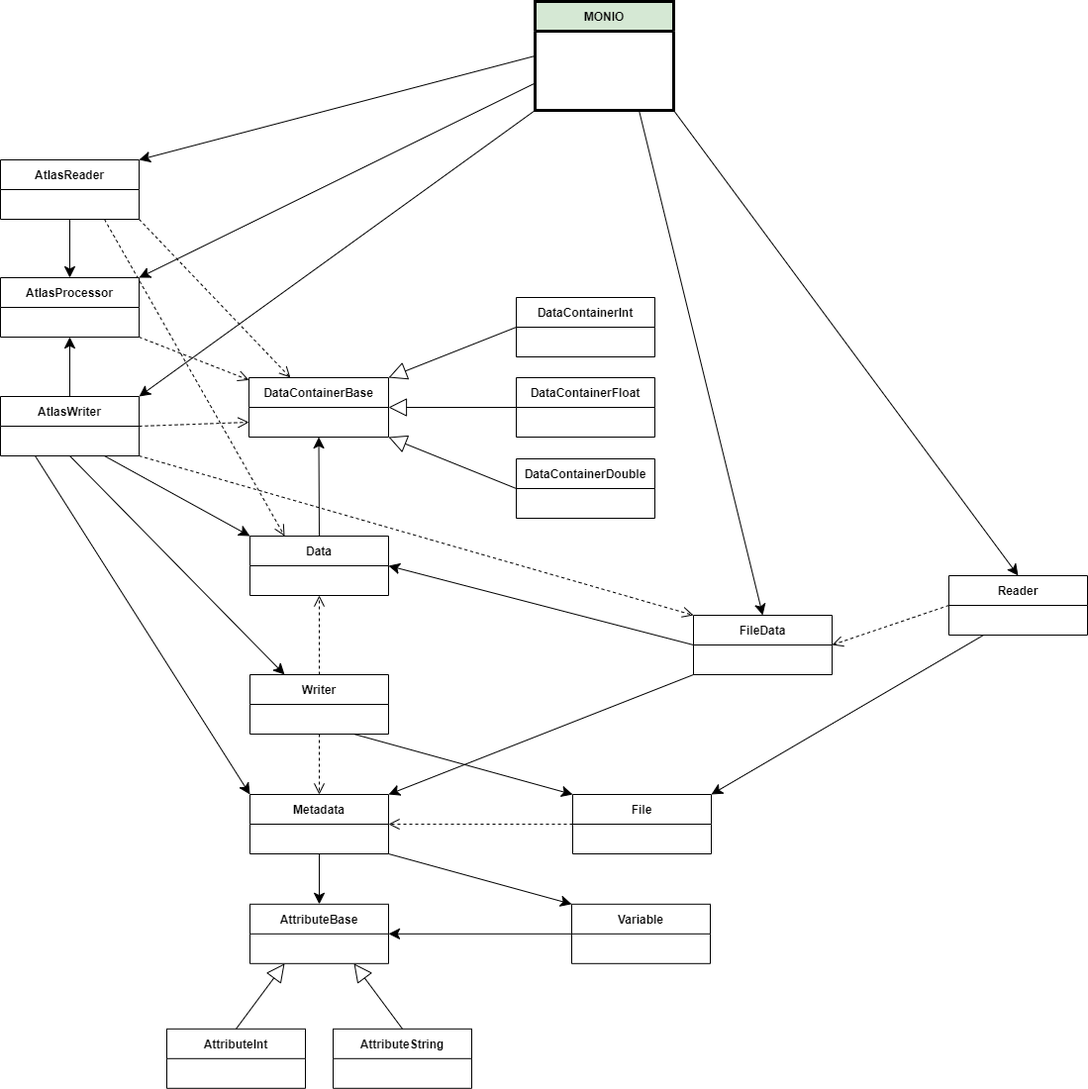
MetOffice/monio keeps this draw.io diagram as Class_Diagram.png. Above is the earlier version. Source tidied: cells renumbered, new cells last; positions are measured from the earlier drawing's top-left corner, leaving out a move shared by most shapes.
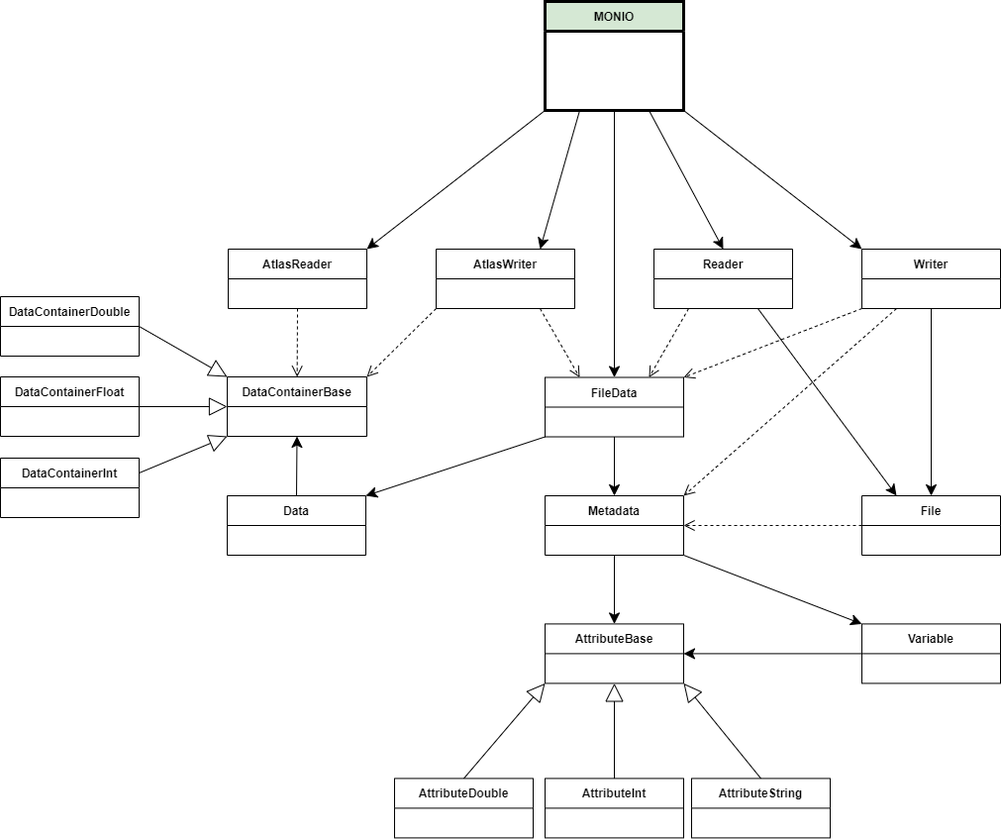
The same diagram one commit later.

Commit message:
Updated class diagram.

Diff of the diagram source:
```diff
@@ -3,42 +3,42 @@
     <mxCell id="0" />
     <mxCell id="1" parent="0" />
     <mxCell id="2" value="Reader" style="swimlane;fontStyle=1;horizontal=1;startSize=30;" parent="1" vertex="1">
-      <mxGeometry x="958" y="580" width="140" height="60" as="geometry" />
+      <mxGeometry x="650" y="250" width="140" height="60" as="geometry" />
     </mxCell>
-    <mxCell id="3" style="edgeStyle=orthogonalEdgeStyle;rounded=0;jettySize=auto;html=1;exitX=0;exitY=0.5;exitDx=0;exitDy=0;entryX=1;entryY=0.5;entryDx=0;entryDy=0;endArrow=open;endFill=0;endSize=9;dashed=1;" parent="1" edge="1" source="4" target="6">
+    <mxCell id="3" style="rounded=0;jettySize=auto;html=1;exitX=0;exitY=0.5;exitDx=0;exitDy=0;entryX=1;entryY=0.5;entryDx=0;entryDy=0;endArrow=open;endFill=0;endSize=9;dashed=1;" parent="1" edge="1" source="4" target="6">
       <mxGeometry relative="1" as="geometry" />
     </mxCell>
     <mxCell id="4" value="File" style="swimlane;fontStyle=1;horizontal=1;startSize=30;" parent="1" vertex="1">
-      <mxGeometry x="578" y="801" width="140" height="60" as="geometry" />
+      <mxGeometry x="860" y="499" width="140" height="60" as="geometry" />
     </mxCell>
-    <mxCell id="5" style="edgeStyle=orthogonalEdgeStyle;rounded=0;jettySize=auto;html=1;exitX=0.5;exitY=1;exitDx=0;exitDy=0;entryX=0.5;entryY=0;entryDx=0;entryDy=0;endArrow=classic;endFill=1;endSize=9;" parent="1" edge="1" source="6" target="9">
+    <mxCell id="5" style="rounded=0;jettySize=auto;html=1;exitX=0.5;exitY=1;exitDx=0;exitDy=0;entryX=0.5;entryY=0;entryDx=0;entryDy=0;endArrow=classic;endFill=1;endSize=9;" parent="1" edge="1" source="6" target="9">
       <mxGeometry relative="1" as="geometry" />
     </mxCell>
     <mxCell id="6" value="Metadata" style="swimlane;fontStyle=1;horizontal=1;startSize=30;" parent="1" vertex="1">
-      <mxGeometry x="252" y="801" width="140" height="60" as="geometry" />
+      <mxGeometry x="540" y="499" width="140" height="60" as="geometry" />
     </mxCell>
     <mxCell id="7" value="Data" style="swimlane;fontStyle=1;horizontal=1;startSize=30;" parent="1" vertex="1">
-      <mxGeometry x="252" y="540" width="140" height="60" as="geometry" />
+      <mxGeometry x="219" y="499" width="140" height="60" as="geometry" />
     </mxCell>
     <mxCell id="8" value="Writer" style="swimlane;fontStyle=1;horizontal=1;startSize=30;" parent="1" vertex="1">
-      <mxGeometry x="252" y="680" width="140" height="60" as="geometry" />
+      <mxGeometry x="860" y="250" width="140" height="60" as="geometry" />
     </mxCell>
     <mxCell id="9" value="AttributeBase" style="swimlane;fontStyle=1;horizontal=1;startSize=30;" parent="1" vertex="1">
-      <mxGeometry x="252" y="911.8" width="140" height="60" as="geometry" />
+      <mxGeometry x="540" y="628.4" width="140" height="60" as="geometry" />
     </mxCell>
     <mxCell id="10" value="Variable" style="swimlane;fontStyle=1;horizontal=1;startSize=30;" parent="1" vertex="1">
-      <mxGeometry x="577" y="911.8" width="140" height="60" as="geometry" />
+      <mxGeometry x="860" y="628.4" width="140" height="60" as="geometry" />
     </mxCell>
     <mxCell id="11" value="AttributeInt" style="swimlane;fontStyle=1;horizontal=1;startSize=30;" parent="1" vertex="1">
-      <mxGeometry x="168" y="1037.8" width="140" height="60" as="geometry" />
+      <mxGeometry x="540" y="784.4" width="140" height="60" as="geometry" />
     </mxCell>
     <mxCell id="12" value="AttributeString" style="swimlane;fontStyle=1;horizontal=1;startSize=30;" parent="1" vertex="1">
-      <mxGeometry x="336" y="1037.8" width="140" height="60" as="geometry" />
+      <mxGeometry x="688" y="784.4" width="140" height="60" as="geometry" />
     </mxCell>
-    <mxCell id="13" style="endArrow=block;endSize=16;endFill=0;html=1;rounded=0;entryX=0.25;entryY=1;entryDx=0;entryDy=0;exitX=0.5;exitY=0;exitDx=0;exitDy=0;" parent="1" edge="1" source="11" target="9">
+    <mxCell id="13" style="endArrow=block;endSize=16;endFill=0;html=1;rounded=0;entryX=0.5;entryY=1;entryDx=0;entryDy=0;exitX=0.5;exitY=0;exitDx=0;exitDy=0;" parent="1" edge="1" source="11" target="9">
       <mxGeometry relative="1" as="geometry" />
     </mxCell>
-    <mxCell id="14" style="endArrow=block;endSize=16;endFill=0;html=1;rounded=0;entryX=0.75;entryY=1;entryDx=0;entryDy=0;exitX=0.5;exitY=0;exitDx=0;exitDy=0;" parent="1" edge="1" source="12" target="9">
+    <mxCell id="14" style="endArrow=block;endSize=16;endFill=0;html=1;rounded=0;entryX=1;entryY=1;entryDx=0;entryDy=0;exitX=0.5;exitY=0;exitDx=0;exitDy=0;" parent="1" edge="1" source="12" target="9">
       <mxGeometry relative="1" as="geometry" />
     </mxCell>
     <mxCell id="15" style="endArrow=classic;endSize=9;html=1;rounded=0;exitX=1;exitY=1;exitDx=0;exitDy=0;entryX=0;entryY=0;entryDx=0;entryDy=0;endFill=1;" parent="1" edge="1" source="6" target="10">
@@ -48,109 +48,91 @@
       <mxGeometry relative="1" as="geometry" />
     </mxCell>
     <mxCell id="17" value="DataContainerBase" style="swimlane;fontStyle=1;horizontal=1;startSize=30;" parent="1" vertex="1">
-      <mxGeometry x="251" y="380" width="141" height="60" as="geometry" />
+      <mxGeometry x="219" y="379" width="141" height="60" as="geometry" />
     </mxCell>
-    <mxCell id="18" value="DataContainerDouble" style="swimlane;fontStyle=1;horizontal=1;startSize=30;" parent="1" vertex="1">
-      <mxGeometry x="521" y="462" width="140" height="60" as="geometry" />
+    <mxCell id="18" value="DataContainerInt" style="swimlane;fontStyle=1;horizontal=1;startSize=30;" parent="1" vertex="1">
+      <mxGeometry x="-10" y="461" width="140" height="60" as="geometry" />
     </mxCell>
-    <mxCell id="19" style="endArrow=block;endSize=16;endFill=0;html=1;rounded=0;entryX=1;entryY=1;entryDx=0;entryDy=0;exitX=0;exitY=0.5;exitDx=0;exitDy=0;" parent="1" edge="1" source="18" target="17">
+    <mxCell id="19" style="endArrow=block;endSize=16;endFill=0;html=1;rounded=0;exitX=1;exitY=0.25;exitDx=0;exitDy=0;entryX=0;entryY=1;entryDx=0;entryDy=0;" parent="1" edge="1" source="18" target="17">
       <mxGeometry relative="1" as="geometry" />
     </mxCell>
-    <mxCell id="20" style="endArrow=block;endSize=16;endFill=0;html=1;rounded=0;exitX=0;exitY=0.5;exitDx=0;exitDy=0;entryX=1;entryY=0.5;entryDx=0;entryDy=0;" parent="1" edge="1" source="21" target="17">
+    <mxCell id="20" style="endArrow=block;endSize=16;endFill=0;html=1;rounded=0;exitX=1;exitY=0.5;exitDx=0;exitDy=0;entryX=0;entryY=0.5;entryDx=0;entryDy=0;" parent="1" edge="1" source="21" target="17">
       <mxGeometry relative="1" as="geometry" />
     </mxCell>
     <mxCell id="21" value="DataContainerFloat" style="swimlane;fontStyle=1;horizontal=1;startSize=30;" parent="1" vertex="1">
-      <mxGeometry x="521" y="380" width="140" height="60" as="geometry" />
+      <mxGeometry x="-10" y="379" width="140" height="60" as="geometry" />
     </mxCell>
-    <mxCell id="22" value="DataContainerInt" style="swimlane;fontStyle=1;horizontal=1;startSize=30;" parent="1" vertex="1">
-      <mxGeometry x="521" y="299" width="140" height="60" as="geometry" />
+    <mxCell id="22" value="DataContainerDouble" style="swimlane;fontStyle=1;horizontal=1;startSize=30;" parent="1" vertex="1">
+      <mxGeometry x="-10" y="298" width="140" height="60" as="geometry" />
     </mxCell>
-    <mxCell id="23" style="endArrow=block;endSize=16;endFill=0;html=1;rounded=0;entryX=1;entryY=0;entryDx=0;entryDy=0;exitX=0;exitY=0.5;exitDx=0;exitDy=0;" parent="1" edge="1" source="22" target="17">
+    <mxCell id="23" style="endArrow=block;endSize=16;endFill=0;html=1;rounded=0;entryX=0;entryY=0;entryDx=0;entryDy=0;exitX=1;exitY=0.5;exitDx=0;exitDy=0;" parent="1" edge="1" source="22" target="17">
       <mxGeometry relative="1" as="geometry" />
     </mxCell>
     <mxCell id="24" value="FileData" style="swimlane;fontStyle=1;horizontal=1;startSize=30;" parent="1" vertex="1">
-      <mxGeometry x="700" y="620" width="140" height="60" as="geometry" />
+      <mxGeometry x="540" y="379.5" width="140" height="60" as="geometry" />
     </mxCell>
-    <mxCell id="25" style="rounded=0;jettySize=auto;html=1;endSize=9;endArrow=open;endFill=0;dashed=1;exitX=1;exitY=1;exitDx=0;exitDy=0;" parent="1" edge="1" source="27" target="17">
+    <mxCell id="25" style="rounded=0;jettySize=auto;html=1;endSize=9;endArrow=open;endFill=0;dashed=1;exitX=0.5;exitY=1;exitDx=0;exitDy=0;" parent="1" edge="1" source="27" target="17">
       <mxGeometry relative="1" as="geometry" />
     </mxCell>
-    <mxCell id="26" style="edgeStyle=none;rounded=0;jettySize=auto;html=1;exitX=0.75;exitY=1;exitDx=0;exitDy=0;entryX=0.25;entryY=0;entryDx=0;entryDy=0;dashed=1;endArrow=open;endFill=0;endSize=9;" parent="1" edge="1" source="27" target="7">
-      <mxGeometry relative="1" as="geometry" />
-    </mxCell>
     <mxCell id="27" value="AtlasReader" style="swimlane;fontStyle=1;horizontal=1;startSize=30;" parent="1" vertex="1">
-      <mxGeometry y="160" width="140" height="60" as="geometry" />
+      <mxGeometry x="220" y="250" width="140" height="60" as="geometry" />
     </mxCell>
-    <mxCell id="28" style="rounded=0;jettySize=auto;html=1;exitX=0.5;exitY=1;exitDx=0;exitDy=0;entryX=0.25;entryY=0;entryDx=0;entryDy=0;endSize=9;" parent="1" edge="1" source="32" target="8">
-      <mxGeometry relative="1" as="geometry" />
-    </mxCell>
-    <mxCell id="29" style="rounded=0;jettySize=auto;html=1;entryX=0;entryY=0;entryDx=0;entryDy=0;endSize=9;exitX=0.75;exitY=1;exitDx=0;exitDy=0;" parent="1" edge="1" source="32" target="7">
-      <mxGeometry relative="1" as="geometry" />
-    </mxCell>
-    <mxCell id="30" style="rounded=0;jettySize=auto;html=1;exitX=0.25;exitY=1;exitDx=0;exitDy=0;entryX=0;entryY=0;entryDx=0;entryDy=0;endSize=9;" parent="1" edge="1" source="32" target="6">
-      <mxGeometry relative="1" as="geometry" />
-    </mxCell>
-    <mxCell id="31" style="edgeStyle=none;rounded=0;jettySize=auto;html=1;exitX=1;exitY=1;exitDx=0;exitDy=0;entryX=0;entryY=0;entryDx=0;entryDy=0;dashed=1;endArrow=open;endFill=0;endSize=9;" parent="1" edge="1" source="32" target="24">
+    <mxCell id="31" style="edgeStyle=none;rounded=0;jettySize=auto;html=1;entryX=0.25;entryY=0;entryDx=0;entryDy=0;dashed=1;endArrow=open;endFill=0;endSize=9;exitX=0.75;exitY=1;exitDx=0;exitDy=0;" parent="1" edge="1" source="32" target="24">
       <mxGeometry relative="1" as="geometry" />
     </mxCell>
     <mxCell id="32" value="AtlasWriter" style="swimlane;fontStyle=1;horizontal=1;startSize=30;" parent="1" vertex="1">
-      <mxGeometry y="399" width="140" height="60" as="geometry" />
+      <mxGeometry x="430" y="250" width="140" height="60" as="geometry" />
     </mxCell>
-    <mxCell id="33" style="edgeStyle=none;rounded=0;jettySize=auto;html=1;exitX=1;exitY=1;exitDx=0;exitDy=0;endArrow=open;endFill=0;endSize=9;dashed=1;" parent="1" edge="1" source="34" target="17">
-      <mxGeometry relative="1" as="geometry" />
-    </mxCell>
-    <mxCell id="34" value="AtlasProcessor" style="swimlane;fontStyle=1;horizontal=1;startSize=30;" parent="1" vertex="1">
-      <mxGeometry y="279" width="140" height="60" as="geometry" />
-    </mxCell>
     <mxCell id="35" value="MONIO" style="swimlane;fontStyle=1;horizontal=1;startSize=30;strokeWidth=3;fillColor=#d5e8d4;strokeColor=#000000;swimlaneFillColor=default;" parent="1" vertex="1">
       <mxGeometry x="540" width="140" height="110" as="geometry" />
     </mxCell>
-    <mxCell id="36" style="endArrow=open;html=1;rounded=0;endSize=9;exitX=0;exitY=0.5;exitDx=0;exitDy=0;entryX=1;entryY=0.5;entryDx=0;entryDy=0;dashed=1;endFill=0;" parent="1" edge="1" source="2" target="24">
+    <mxCell id="36" style="endArrow=open;html=1;rounded=0;endSize=9;exitX=0.25;exitY=1;exitDx=0;exitDy=0;entryX=0.75;entryY=0;entryDx=0;entryDy=0;dashed=1;endFill=0;" parent="1" edge="1" source="2" target="24">
       <mxGeometry relative="1" as="geometry" />
     </mxCell>
-    <mxCell id="37" style="endArrow=open;html=1;rounded=0;entryX=0.5;entryY=1;entryDx=0;entryDy=0;exitX=0.5;exitY=0;exitDx=0;exitDy=0;endSize=9;dashed=1;endFill=0;" parent="1" edge="1" source="8" target="7">
-      <mxGeometry relative="1" as="geometry" />
-    </mxCell>
-    <mxCell id="38" style="endArrow=open;html=1;rounded=0;entryX=0.5;entryY=0;entryDx=0;entryDy=0;exitX=0.5;exitY=1;exitDx=0;exitDy=0;endSize=9;dashed=1;endFill=0;" parent="1" edge="1" source="8" target="6">
+    <mxCell id="38" style="endArrow=open;html=1;rounded=0;exitX=0.25;exitY=1;exitDx=0;exitDy=0;endSize=9;dashed=1;endFill=0;entryX=1;entryY=0;entryDx=0;entryDy=0;" parent="1" edge="1" source="8" target="6">
       <mxGeometry relative="1" as="geometry" />
     </mxCell>
-    <mxCell id="39" style="endArrow=classic;html=1;rounded=0;exitX=0;exitY=0.5;exitDx=0;exitDy=0;endSize=9;entryX=1;entryY=0.5;entryDx=0;entryDy=0;" parent="1" edge="1" source="24" target="7">
+    <mxCell id="39" style="endArrow=classic;html=1;rounded=0;exitX=0;exitY=1;exitDx=0;exitDy=0;endSize=9;entryX=1;entryY=0;entryDx=0;entryDy=0;" parent="1" edge="1" source="24" target="7">
       <mxGeometry relative="1" as="geometry" />
     </mxCell>
-    <mxCell id="40" style="endArrow=classic;html=1;rounded=0;exitX=0;exitY=1;exitDx=0;exitDy=0;entryX=1;entryY=0;entryDx=0;entryDy=0;endSize=9;" parent="1" edge="1" source="24" target="6">
+    <mxCell id="40" style="endArrow=classic;html=1;rounded=0;exitX=0.5;exitY=1;exitDx=0;exitDy=0;entryX=0.5;entryY=0;entryDx=0;entryDy=0;endSize=9;" parent="1" edge="1" source="24" target="6">
       <mxGeometry relative="1" as="geometry" />
     </mxCell>
-    <mxCell id="41" style="endArrow=classic;html=1;rounded=0;entryX=1;entryY=0;entryDx=0;entryDy=0;exitX=0.25;exitY=1;exitDx=0;exitDy=0;endSize=9;" parent="1" edge="1" source="2" target="4">
+    <mxCell id="41" style="endArrow=classic;html=1;rounded=0;entryX=0.25;entryY=0;entryDx=0;entryDy=0;exitX=0.75;exitY=1;exitDx=0;exitDy=0;endSize=9;" parent="1" edge="1" source="2" target="4">
       <mxGeometry relative="1" as="geometry" />
     </mxCell>
-    <mxCell id="42" style="endArrow=classic;html=1;rounded=0;entryX=0;entryY=0;entryDx=0;entryDy=0;exitX=0.75;exitY=1;exitDx=0;exitDy=0;endSize=9;" parent="1" edge="1" source="8" target="4">
+    <mxCell id="42" style="endArrow=classic;html=1;rounded=0;entryX=0.5;entryY=0;entryDx=0;entryDy=0;exitX=0.5;exitY=1;exitDx=0;exitDy=0;endSize=9;" parent="1" edge="1" source="8" target="4">
       <mxGeometry relative="1" as="geometry" />
     </mxCell>
-    <mxCell id="43" style="endArrow=classic;html=1;rounded=0;entryX=0.5;entryY=0;entryDx=0;entryDy=0;exitX=1;exitY=1;exitDx=0;exitDy=0;endSize=9;" parent="1" edge="1" source="35" target="2">
+    <mxCell id="43" style="endArrow=classic;html=1;rounded=0;entryX=0.5;entryY=0;entryDx=0;entryDy=0;exitX=0.75;exitY=1;exitDx=0;exitDy=0;endSize=9;" parent="1" edge="1" source="35" target="2">
       <mxGeometry relative="1" as="geometry" />
     </mxCell>
-    <mxCell id="44" style="endArrow=classic;html=1;rounded=0;entryX=1;entryY=0;entryDx=0;entryDy=0;exitX=0;exitY=1;exitDx=0;exitDy=0;endSize=9;" parent="1" edge="1" source="35" target="32">
+    <mxCell id="44" style="endArrow=classic;html=1;rounded=0;entryX=0.75;entryY=0;entryDx=0;entryDy=0;endSize=9;exitX=0.25;exitY=1;exitDx=0;exitDy=0;" parent="1" edge="1" source="35" target="32">
       <mxGeometry relative="1" as="geometry" />
     </mxCell>
-    <mxCell id="45" style="endArrow=classic;html=1;rounded=0;entryX=1;entryY=0;entryDx=0;entryDy=0;exitX=0;exitY=0.75;exitDx=0;exitDy=0;endSize=9;" parent="1" edge="1" source="35" target="34">
-      <mxGeometry relative="1" as="geometry" />
-    </mxCell>
-    <mxCell id="46" style="endArrow=classic;html=1;rounded=0;exitX=0;exitY=0.5;exitDx=0;exitDy=0;endSize=9;entryX=1;entryY=0;entryDx=0;entryDy=0;" parent="1" edge="1" source="35" target="27">
+    <mxCell id="46" style="endArrow=classic;html=1;rounded=0;exitX=0;exitY=1;exitDx=0;exitDy=0;endSize=9;entryX=1;entryY=0;entryDx=0;entryDy=0;" parent="1" edge="1" source="35" target="27">
       <mxGeometry relative="1" as="geometry" />
     </mxCell>
-    <mxCell id="47" style="endArrow=classic;html=1;rounded=0;entryX=0.5;entryY=0;entryDx=0;entryDy=0;exitX=0.75;exitY=1;exitDx=0;exitDy=0;endFill=1;endSize=9;" parent="1" edge="1" source="35" target="24">
+    <mxCell id="47" style="endArrow=classic;html=1;rounded=0;entryX=0.5;entryY=0;entryDx=0;entryDy=0;exitX=0.5;exitY=1;exitDx=0;exitDy=0;endFill=1;endSize=9;" parent="1" edge="1" source="35" target="24">
       <mxGeometry relative="1" as="geometry" />
     </mxCell>
-    <mxCell id="48" style="endArrow=classic;html=1;rounded=0;exitX=0.5;exitY=0;exitDx=0;exitDy=0;endSize=9;entryX=0.5;entryY=1;entryDx=0;entryDy=0;" parent="1" edge="1" source="32" target="34">
-      <mxGeometry relative="1" as="geometry" />
-    </mxCell>
-    <mxCell id="49" style="endArrow=classic;html=1;rounded=0;exitX=0.5;exitY=1;exitDx=0;exitDy=0;endSize=9;entryX=0.5;entryY=0;entryDx=0;entryDy=0;" parent="1" edge="1" source="27" target="34">
-      <mxGeometry relative="1" as="geometry" />
-    </mxCell>
-    <mxCell id="50" style="endArrow=open;html=1;rounded=0;exitX=1;exitY=0.5;exitDx=0;exitDy=0;endSize=9;endFill=0;dashed=1;entryX=0;entryY=0.75;entryDx=0;entryDy=0;" parent="1" edge="1" source="32" target="17">
+    <mxCell id="50" style="endArrow=open;html=1;rounded=0;exitX=0;exitY=1;exitDx=0;exitDy=0;endSize=9;endFill=0;dashed=1;entryX=1;entryY=0;entryDx=0;entryDy=0;" parent="1" edge="1" source="32" target="17">
       <mxGeometry relative="1" as="geometry" />
     </mxCell>
     <mxCell id="51" style="endArrow=classic;html=1;rounded=0;entryX=0.5;entryY=1;entryDx=0;entryDy=0;exitX=0.5;exitY=0;exitDx=0;exitDy=0;endSize=9;" parent="1" edge="1" source="7" target="17">
       <mxGeometry relative="1" as="geometry" />
     </mxCell>
+    <mxCell id="52" value="AttributeDouble" style="swimlane;fontStyle=1;horizontal=1;startSize=30;" parent="1" vertex="1">
+      <mxGeometry x="388" y="784.4" width="140" height="60" as="geometry" />
+    </mxCell>
+    <mxCell id="53" style="endArrow=block;endSize=16;endFill=0;html=1;rounded=0;entryX=0;entryY=1;entryDx=0;entryDy=0;exitX=0.5;exitY=0;exitDx=0;exitDy=0;" parent="1" edge="1" source="52" target="9">
+      <mxGeometry relative="1" as="geometry" />
+    </mxCell>
+    <mxCell id="54" style="endArrow=classic;html=1;rounded=0;entryX=0;entryY=0;entryDx=0;entryDy=0;exitX=1;exitY=1;exitDx=0;exitDy=0;endSize=9;" parent="1" edge="1" source="35" target="8">
+      <mxGeometry relative="1" as="geometry" />
+    </mxCell>
+    <mxCell id="55" style="endArrow=open;html=1;rounded=0;exitX=0;exitY=1;exitDx=0;exitDy=0;endSize=9;dashed=1;endFill=0;entryX=1;entryY=0;entryDx=0;entryDy=0;" parent="1" edge="1" source="8" target="24">
+      <mxGeometry relative="1" as="geometry" />
+    </mxCell>
   </root>
 </mxGraphModel>
```
